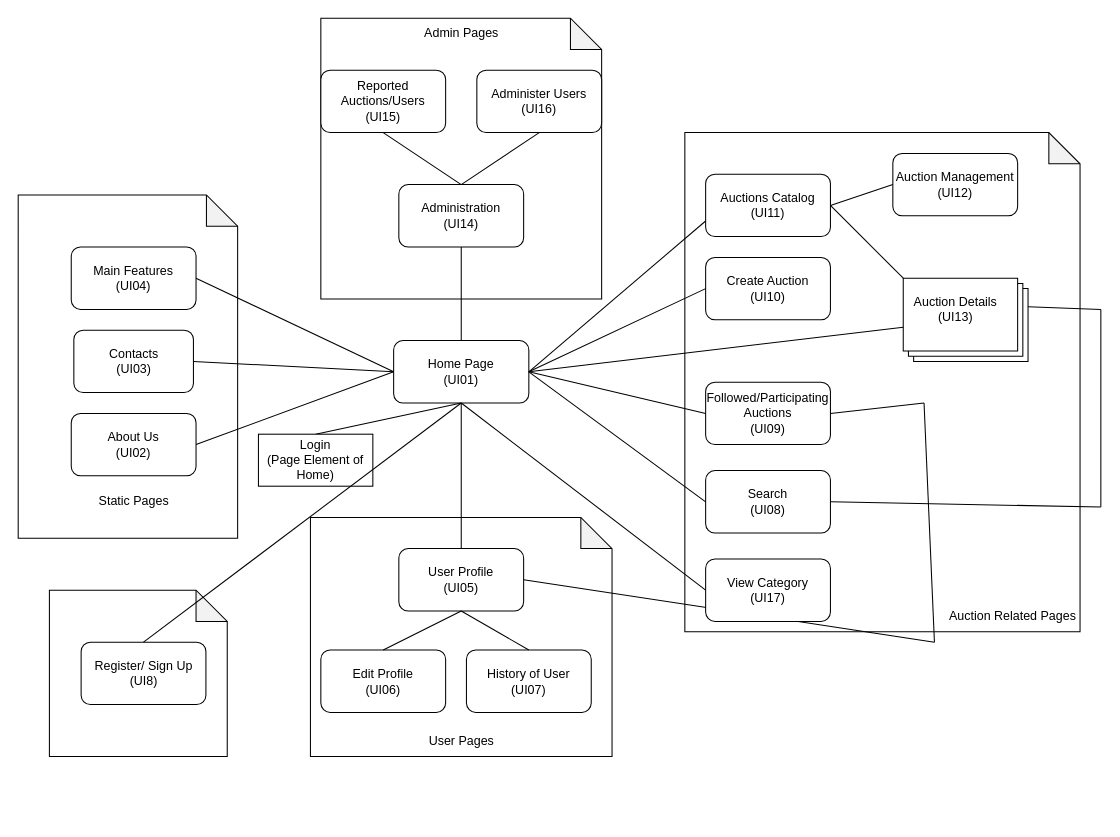
Before: Diagrama sem nome.drawio in frutastontas/UML, a draw.io diagram. Source tidied: cells renumbered, new cells numbered last; positions are measured from the earlier drawing's top-left corner, leaving out a move shared by most shapes. Both pictures are drawn from the tidied source at 104%, with x=0, y=0 at pixel (18, 18).
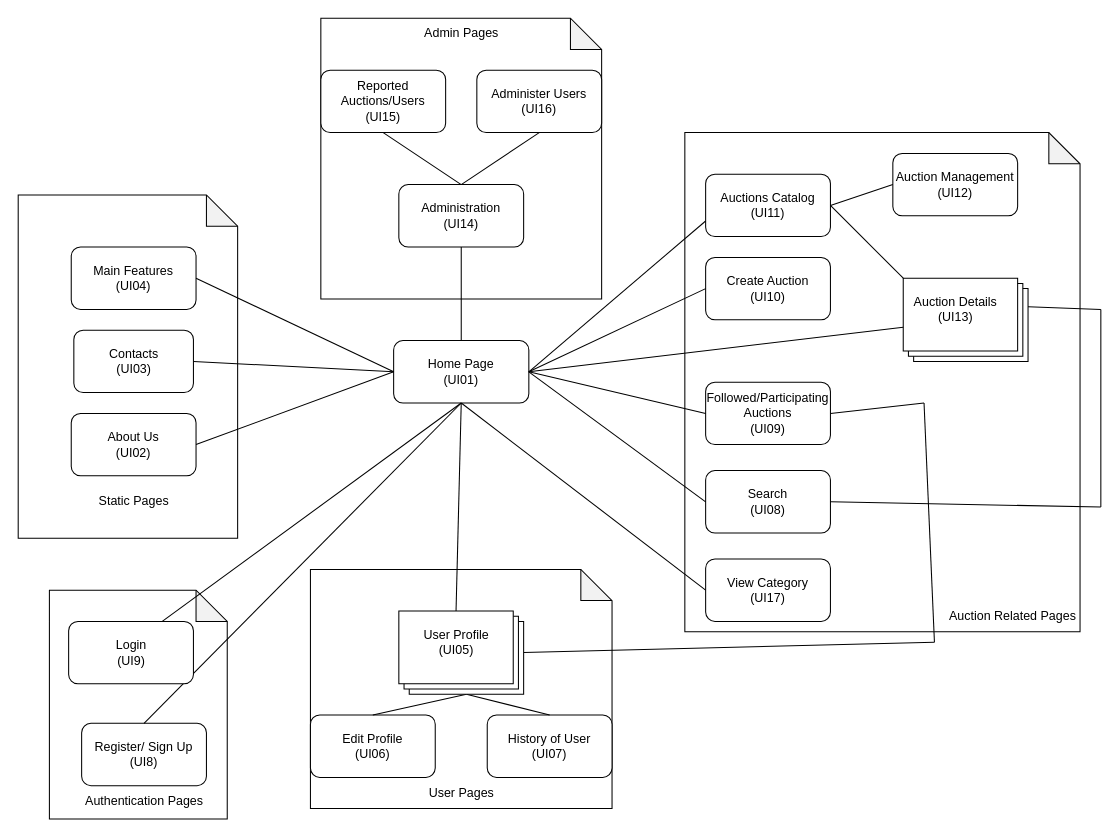
The same diagram, later.

Unchanged cells that the change refers to:
```xml
<mxCell id="10" value="Home Page&lt;br&gt;(UI01)" style="rounded=1;whiteSpace=wrap;html=1;" parent="1" vertex="1">
  <mxGeometry x="361" y="310" width="130" height="60" as="geometry" />
</mxCell>
```

The edit, as a diff of the source:
```diff
@@
     <mxCell id="4" style="shape=note;whiteSpace=wrap;html=1;backgroundOutline=1;darkOpacity=0.05;" parent="1" vertex="1">
-      <mxGeometry x="281" y="480" width="290" height="230" as="geometry" />
+      <mxGeometry x="281" y="530" width="290" height="230" as="geometry" />
     </mxCell>
@@
-    <mxCell id="25" value="User Profile&lt;br&gt;(UI05)" style="rounded=1;whiteSpace=wrap;html=1;" parent="1" vertex="1">
-      <mxGeometry x="366" y="510" width="120" height="60" as="geometry" />
-    </mxCell>
-    <mxCell id="26" style="endArrow=none;html=1;rounded=0;exitX=0.5;exitY=0;exitDx=0;exitDy=0;entryX=0.5;entryY=1;entryDx=0;entryDy=0;" parent="1" edge="1" source="25" target="10">
+    <mxCell id="26" style="endArrow=none;html=1;rounded=0;exitX=0;exitY=0;exitDx=55;exitDy=0;entryX=0.5;entryY=1;entryDx=0;entryDy=0;exitPerimeter=0;" parent="1" edge="1" source="58" target="10">
       <mxGeometry relative="1" as="geometry" />
     </mxCell>
     <mxCell id="27" value="User Pages" style="text;html=1;align=center;verticalAlign=middle;strokeColor=none;fillColor=none;" parent="1" vertex="1">
-      <mxGeometry x="381" y="680" width="90" height="30" as="geometry" />
+      <mxGeometry x="381" y="730" width="90" height="30" as="geometry" />
     </mxCell>
@@
     <mxCell id="30" value="Edit Profile&lt;br&gt;(UI06)" style="rounded=1;whiteSpace=wrap;html=1;" parent="1" vertex="1">
-      <mxGeometry x="291" y="607.5" width="120" height="60" as="geometry" />
+      <mxGeometry x="281" y="670" width="120" height="60" as="geometry" />
     </mxCell>
-    <mxCell id="31" style="endArrow=none;html=1;rounded=0;exitX=0.5;exitY=0;exitDx=0;exitDy=0;entryX=0.5;entryY=1;entryDx=0;entryDy=0;" parent="1" edge="1" source="30" target="25">
+    <mxCell id="31" style="endArrow=none;html=1;rounded=0;exitX=0.5;exitY=0;exitDx=0;exitDy=0;entryX=0;entryY=0;entryDx=65;entryDy=80;entryPerimeter=0;" parent="1" edge="1" source="30" target="58">
       <mxGeometry relative="1" as="geometry" />
     </mxCell>
@@
     <mxCell id="36" value="History of User&lt;br&gt;(UI07)" style="rounded=1;whiteSpace=wrap;html=1;" parent="1" vertex="1">
-      <mxGeometry x="431" y="607.5" width="120" height="60" as="geometry" />
+      <mxGeometry x="451" y="670" width="120" height="60" as="geometry" />
     </mxCell>
-    <mxCell id="37" style="endArrow=none;html=1;rounded=0;exitX=0.5;exitY=1;exitDx=0;exitDy=0;entryX=0.5;entryY=0;entryDx=0;entryDy=0;" parent="1" edge="1" source="25" target="36">
+    <mxCell id="37" style="endArrow=none;html=1;rounded=0;exitX=0;exitY=0;exitDx=65;exitDy=80;entryX=0.5;entryY=0;entryDx=0;entryDy=0;exitPerimeter=0;" parent="1" edge="1" source="58" target="36">
       <mxGeometry relative="1" as="geometry" />
     </mxCell>
-    <mxCell id="38" style="endArrow=none;html=1;rounded=0;exitX=1;exitY=0.5;exitDx=0;exitDy=0;" parent="1" edge="1" source="25">
+    <mxCell id="38" style="endArrow=none;html=1;rounded=0;exitX=1;exitY=0.5;exitDx=0;exitDy=0;" parent="1" edge="1">
       <mxGeometry relative="1" as="geometry">
+        <mxPoint x="486" y="610" as="sourcePoint" />
         <mxPoint x="881" y="600" as="targetPoint" />
       </mxGeometry>
     </mxCell>
@@
-    <mxCell id="49" style="endArrow=none;html=1;rounded=0;entryX=0.5;entryY=1;entryDx=0;entryDy=0;exitX=0.5;exitY=0;exitDx=0;exitDy=0;" parent="1" edge="1" source="51" target="10">
-      <mxGeometry relative="1" as="geometry" />
-    </mxCell>
@@
-    <mxCell id="51" value="Login&lt;br&gt;(Page Element of Home)" style="rounded=0;whiteSpace=wrap;html=1;" parent="1" vertex="1">
-      <mxGeometry x="231" y="400" width="110" height="50" as="geometry" />
-    </mxCell>
@@
     <mxCell id="53" style="shape=note;whiteSpace=wrap;html=1;backgroundOutline=1;darkOpacity=0.05;" parent="1" vertex="1">
-      <mxGeometry x="30" y="550" width="171" height="160" as="geometry" />
+      <mxGeometry x="30" y="550" width="171" height="220" as="geometry" />
     </mxCell>
     <mxCell id="54" value="Register/ Sign Up&lt;br&gt;(UI8)" style="rounded=1;whiteSpace=wrap;html=1;" parent="1" vertex="1">
-      <mxGeometry x="60.5" y="600" width="120" height="60" as="geometry" />
+      <mxGeometry x="61" y="678" width="120" height="60" as="geometry" />
     </mxCell>
@@
+    <mxCell id="56" value="Authentication Pages" style="text;html=1;align=center;verticalAlign=middle;strokeColor=none;fillColor=none;" parent="1" vertex="1">
+      <mxGeometry x="51" y="738" width="140" height="30" as="geometry" />
+    </mxCell>
+    <mxCell id="57" value="Login&lt;br&gt;(UI9)" style="rounded=1;whiteSpace=wrap;html=1;" parent="1" vertex="1">
+      <mxGeometry x="48.5" y="580" width="120" height="60" as="geometry" />
+    </mxCell>
+    <mxCell id="49" style="endArrow=none;html=1;rounded=0;entryX=0.5;entryY=1;entryDx=0;entryDy=0;exitX=0.75;exitY=0;exitDx=0;exitDy=0;" parent="1" edge="1" source="57" target="10">
+      <mxGeometry relative="1" as="geometry" />
+    </mxCell>
+    <mxCell id="58" style="verticalLabelPosition=bottom;verticalAlign=top;html=1;shape=mxgraph.basic.layered_rect;dx=10;outlineConnect=0;whiteSpace=wrap;" parent="1" vertex="1">
+      <mxGeometry x="366" y="570" width="120" height="80" as="geometry" />
+    </mxCell>
+    <mxCell id="25" value="User Profile&lt;br&gt;(UI05)" style="text;html=1;align=center;verticalAlign=middle;points=[];strokeColor=none;fillColor=none;" parent="1" vertex="1">
+      <mxGeometry x="376" y="580" width="90" height="40" as="geometry" />
+    </mxCell>
```
